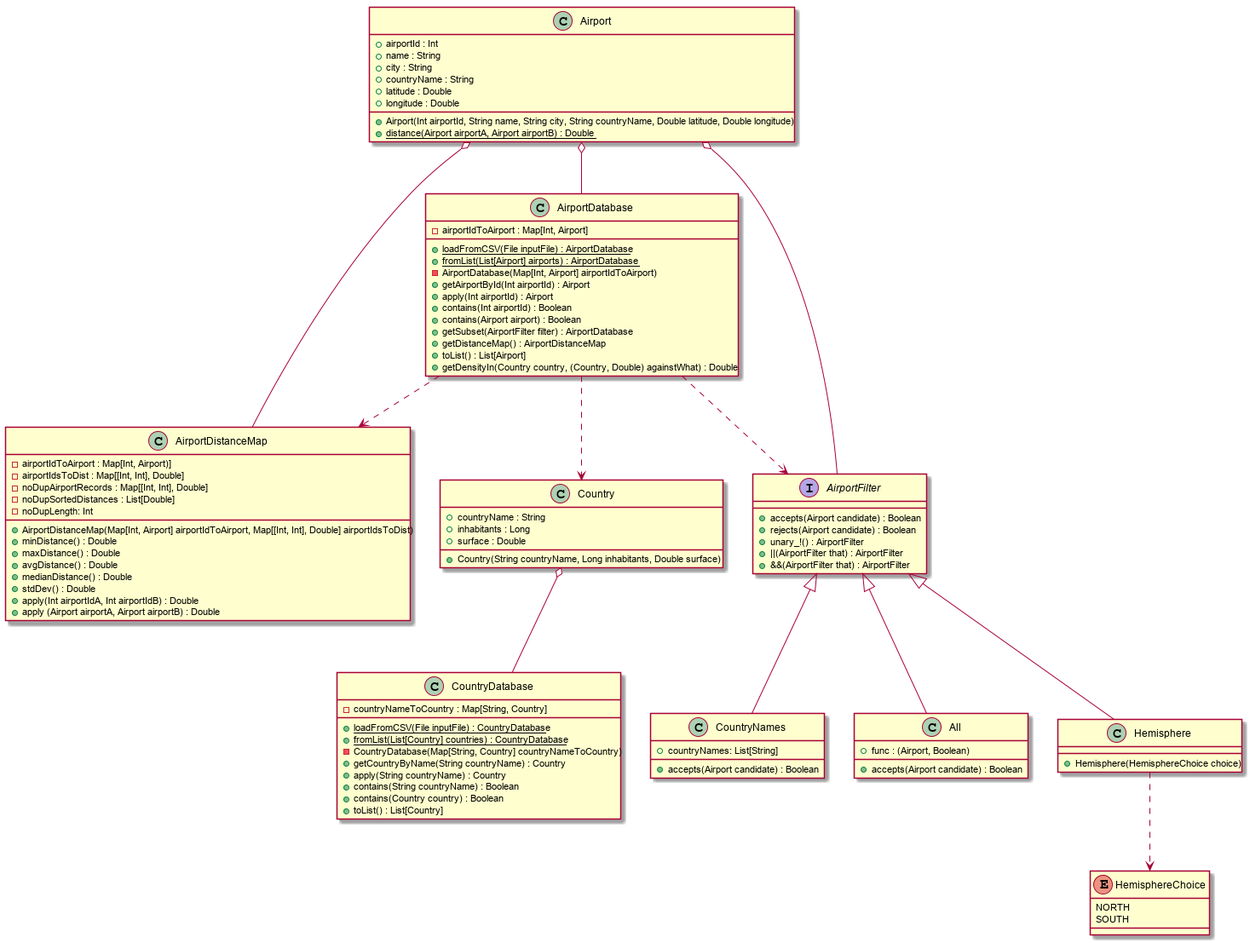
Above: resources/Diagramme_De_Classe.png in pBouillon/OpenFlightStatistics (PlantUML), before the change. Source of this version:
```plantuml
@startuml

class Airport {
	+ airportId : Int
	+ name : String
	+ city : String
	+ countryName : String
	+ latitude : Double
	+ longitude : Double
	+ Airport(Int airportId, String name, String city, String countryName, Double latitude, Double longitude)
	+ {static} distance(Airport airportA, Airport airportB) : Double
}

class AirportDatabase {
	{field} - airportIdToAirport : Map[Int, Airport]
	+ {static} loadFromCSV(File inputFile) : AirportDatabase
	+ {static} fromList(List[Airport] airports) : AirportDatabase
	- AirportDatabase(Map[Int, Airport] airportIdToAirport)
	+ getAirportById(Int airportId) : Airport
	+ apply(Int airportId) : Airport
	+ contains(Int airportId) : Boolean
	+ contains(Airport airport) : Boolean
	+ getSubset(AirportFilter filter) : AirportDatabase
	+ getDistanceMap() : AirportDistanceMap
	+ toList() : List[Airport]
	+ getDensityIn(Country country, (Country, Double) againstWhat) : Double
}

class AirportDistanceMap {
	{field} - airportIdToAirport : Map[Int, Airport)]
	{field} - airportIdsToDist : Map[[Int, Int], Double]
	{field} - noDupAirportRecords : Map[[Int, Int], Double]
	{field} - noDupSortedDistances : List[Double]
	{field} - noDupLength: Int
	+ AirportDistanceMap(Map[Int, Airport] airportIdToAirport, Map[[Int, Int], Double] airportIdsToDist)
	+ minDistance() : Double
	+ maxDistance() : Double
	+ avgDistance() : Double
	+ medianDistance() : Double
	+ stdDev() : Double
	+ apply(Int airportIdA, Int airportIdB) : Double
	+ apply (Airport airportA, Airport airportB) : Double
}

class Country {
	+ countryName : String
	+ inhabitants : Long
	+ surface : Double
	+ Country(String countryName, Long inhabitants, Double surface)
}

class CountryDatabase {
	{field} - countryNameToCountry : Map[String, Country]
	+ {static} loadFromCSV(File inputFile) : CountryDatabase
	+ {static} fromList(List[Country] countries) : CountryDatabase
	- CountryDatabase(Map[String, Country] countryNameToCountry)
	+ getCountryByName(String countryName) : Country
	+ apply(String countryName) : Country
	+ contains(String countryName) : Boolean
	+ contains(Country country) : Boolean
	+ toList() : List[Country]
}

interface AirportFilter {
	+ accepts(Airport candidate) : Boolean
	+ rejects(Airport candidate) : Boolean
	+ unary_!() : AirportFilter
	+ ||(AirportFilter that) : AirportFilter
	+ &&(AirportFilter that) : AirportFilter
}

class CountryNames{
	{field} + countryNames: List[String]
	+ accepts(Airport candidate) : Boolean
}

class All {
	{field} + func : (Airport, Boolean)
	+ accepts(Airport candidate) : Boolean
}

enum HemisphereChoice {
	NORTH
	SOUTH
}

class Hemisphere {
	+ Hemisphere(HemisphereChoice choice)
}


AirportFilter <|-- All
AirportFilter <|-- CountryNames
AirportFilter <|-- Hemisphere
Hemisphere ..> HemisphereChoice

Airport o-- AirportDatabase
Airport o-- AirportDistanceMap
AirportDatabase ..> AirportDistanceMap
AirportDatabase ..> AirportFilter
AirportDatabase ..> Country

Country o-- CountryDatabase
Airport o-- AirportFilter

@enduml
```
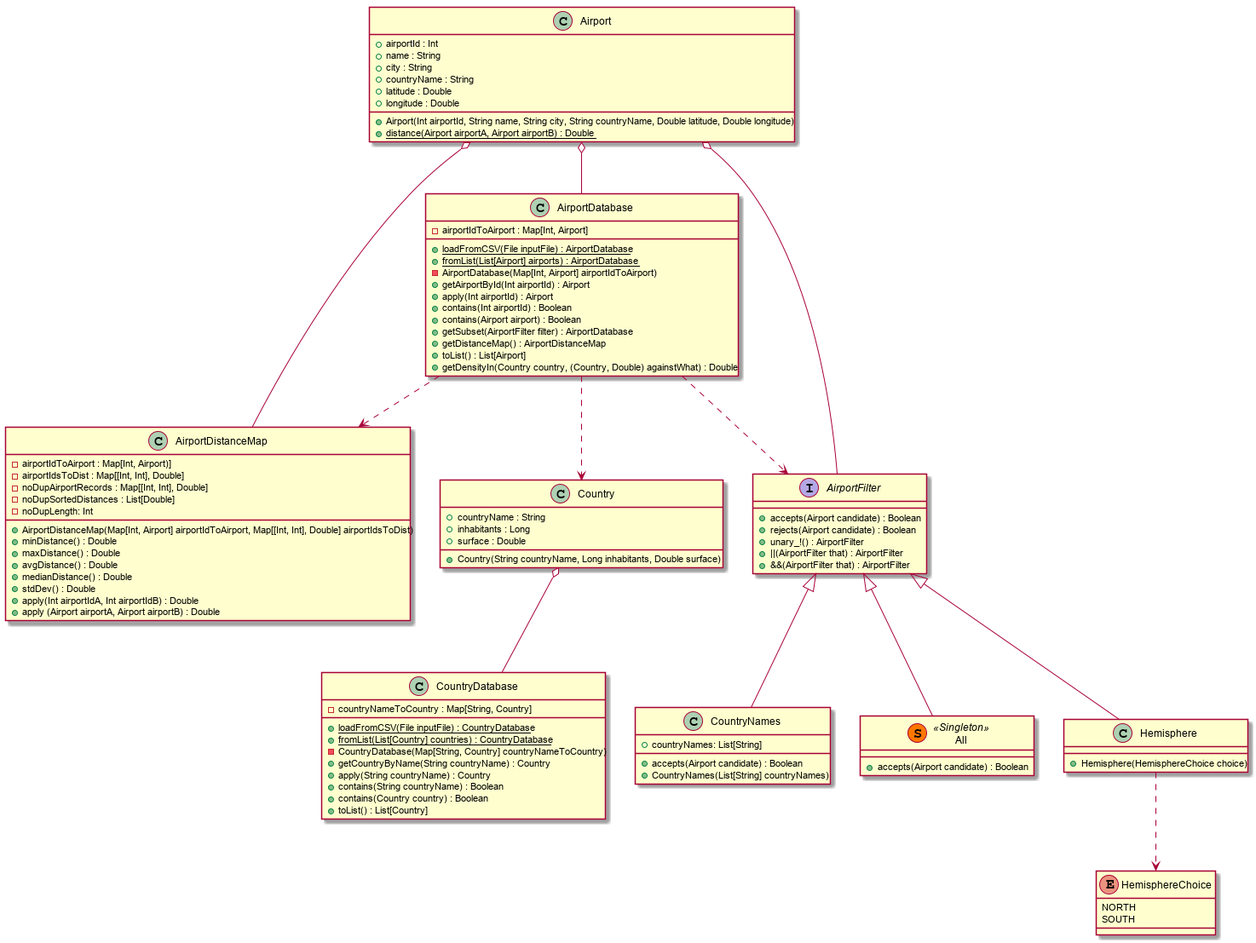
Later version of the same file.

Commit message:
Correction des filtres et ajout de la note Singleton

Diff of the diagram source:
```diff
@@ -72,10 +72,10 @@
 class CountryNames{
 	{field} + countryNames: List[String]
 	+ accepts(Airport candidate) : Boolean
+	+ CountryNames(List[String] countryNames)
 }
 
-class All {
-	{field} + func : (Airport, Boolean)
+class All << (S,#FF7700) Singleton >> {
 	+ accepts(Airport candidate) : Boolean
 }
 
```
